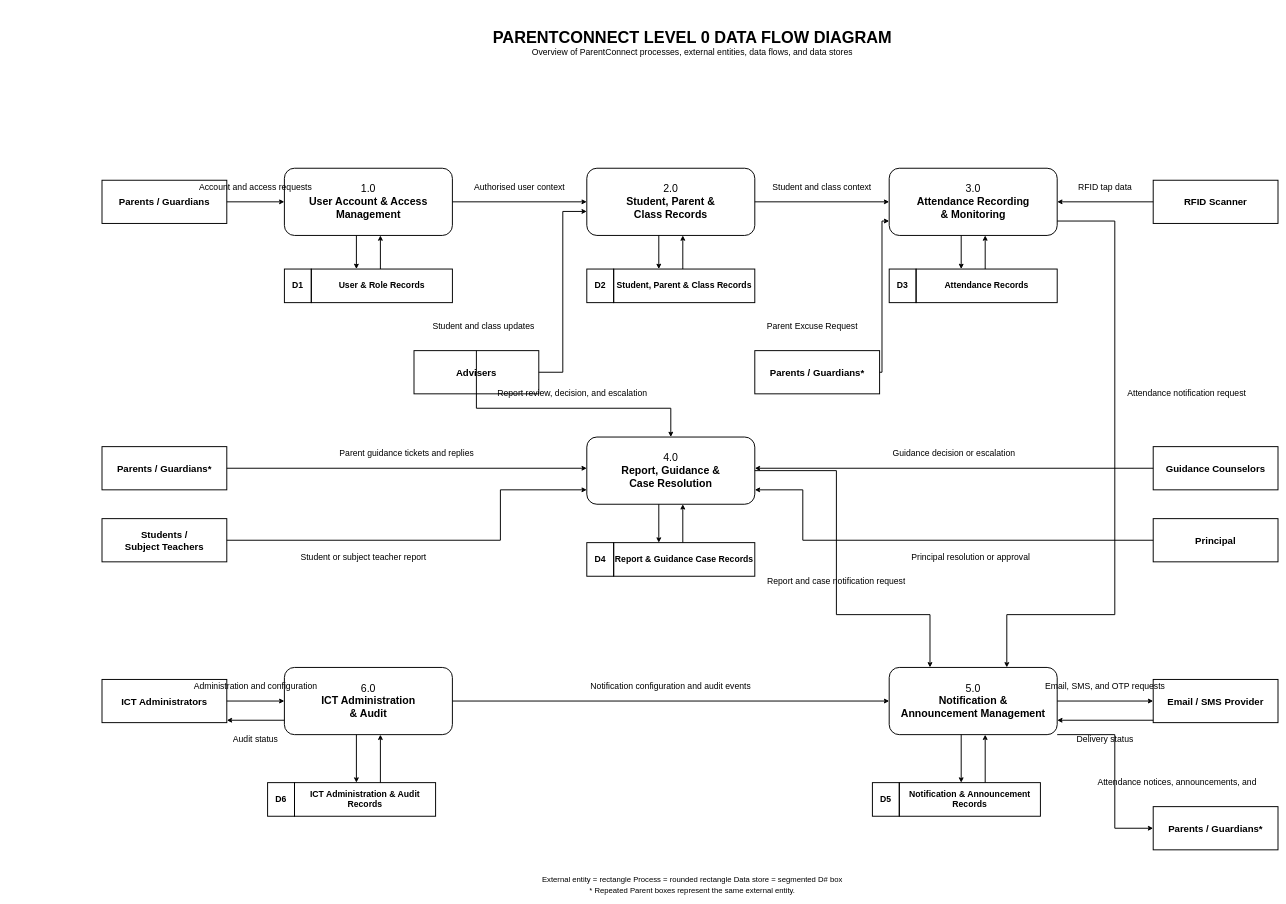
renren01188/parentconnect keeps this draw.io diagram as DFD/ParentConnect-DFD-2026-10-28/Level-0-Diagram/02-parentconnect-level-0-data-flow-diagram.drawio. Above is the earlier version. Source tidied: cells renumbered, new cells numbered last; positions are measured from the earlier drawing's top-left corner, leaving out a move shared by most shapes. Both pictures are drawn from the tidied source at 48%, with x=0, y=0 at pixel (8, 8).
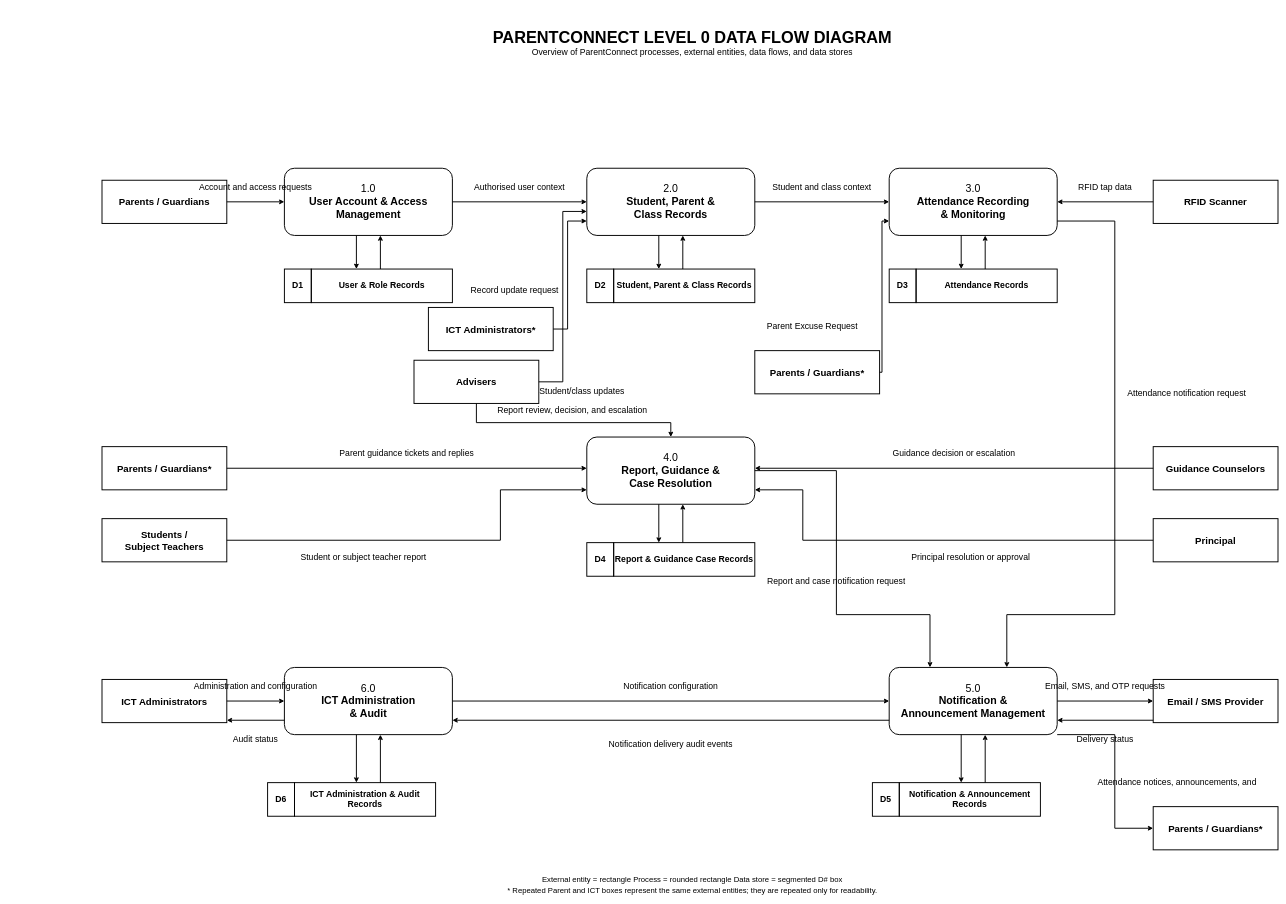
The same page after the edit.

The edit, as a diff of the source:
```diff
@@
     <mxCell id="7" style="edgeStyle=none;rounded=0;html=1;endArrow=classic;endFill=1;strokeColor=#000000;strokeWidth=2;" parent="1" edge="1">
       <mxGeometry relative="1" as="geometry">
-        <mxPoint x="1105" y="758" as="sourcePoint" />
+        <mxPoint x="1105" y="778" as="sourcePoint" />
         <mxPoint x="1205" y="423" as="targetPoint" />
         <Array as="points">
-          <mxPoint x="1155" y="758" />
+          <mxPoint x="1155" y="778" />
           <mxPoint x="1155" y="423" />
         </Array>
       </mxGeometry>
     </mxCell>
+    <mxCell id="97" style="edgeStyle=none;rounded=0;html=1;endArrow=classic;endFill=1;strokeColor=#000000;strokeWidth=2;" parent="1" edge="1">
+      <mxGeometry relative="1" as="geometry">
+        <mxPoint x="1135" y="668" as="sourcePoint" />
+        <mxPoint x="1205" y="443" as="targetPoint" />
+        <Array as="points">
+          <mxPoint x="1165" y="668" />
+          <mxPoint x="1165" y="443" />
+        </Array>
+      </mxGeometry>
+    </mxCell>
@@
     <mxCell id="11" style="edgeStyle=none;rounded=0;html=1;endArrow=classic;endFill=1;strokeColor=#000000;strokeWidth=2;" parent="1" edge="1">
       <mxGeometry relative="1" as="geometry">
-        <mxPoint x="975" y="713" as="sourcePoint" />
+        <mxPoint x="975" y="823" as="sourcePoint" />
         <mxPoint x="1380" y="893" as="targetPoint" />
         <Array as="points">
-          <mxPoint x="975" y="833" />
-          <mxPoint x="1380" y="833" />
+          <mxPoint x="975" y="863" />
+          <mxPoint x="1380" y="863" />
         </Array>
       </mxGeometry>
     </mxCell>
@@
+    <mxCell id="98" style="edgeStyle=none;rounded=0;html=1;endArrow=classic;endFill=1;strokeColor=#000000;strokeWidth=2;" parent="1" edge="1">
+      <mxGeometry relative="1" as="geometry">
+        <mxPoint x="1835" y="1483" as="sourcePoint" />
+        <mxPoint x="925" y="1483" as="targetPoint" />
+      </mxGeometry>
+    </mxCell>
@@
     <mxCell id="36" value="Advisers" style="whiteSpace=wrap;html=1;align=center;verticalAlign=middle;fontSize=20;fontStyle=1;fontColor=#000000;fillColor=none;fillOpacity=0;strokeColor=#000000;strokeWidth=2;" parent="1" vertex="1">
-      <mxGeometry x="845" y="713" width="260" height="90" as="geometry" />
+      <mxGeometry x="845" y="733" width="260" height="90" as="geometry" />
     </mxCell>
@@
+    <mxCell id="99" value="ICT Administrators*" style="whiteSpace=wrap;html=1;align=center;verticalAlign=middle;fontSize=20;fontStyle=1;fontColor=#000000;fillColor=none;fillOpacity=0;strokeColor=#000000;strokeWidth=2;" parent="1" vertex="1">
+      <mxGeometry x="875" y="623" width="260" height="90" as="geometry" />
+    </mxCell>
@@
-    <mxCell id="67" value="Student and class updates" style="shape=none;html=1;align=center;verticalAlign=middle;fontSize=18;fontColor=#000000;fillColor=none;fillOpacity=0;strokeColor=none;strokeOpacity=0;whiteSpace=wrap;overflow=hidden;" parent="1" vertex="1">
-      <mxGeometry x="865" y="650" width="250" height="26" as="geometry" />
+    <mxCell id="67" value="Student/class updates" style="shape=none;html=1;align=center;verticalAlign=middle;fontSize=18;fontColor=#000000;fillColor=none;fillOpacity=0;strokeColor=none;strokeOpacity=0;whiteSpace=wrap;overflow=hidden;" parent="1" vertex="1">
+      <mxGeometry x="1085" y="785" width="220" height="26" as="geometry" />
     </mxCell>
+    <mxCell id="100" value="Record update request" style="shape=none;html=1;align=center;verticalAlign=middle;fontSize=18;fontColor=#000000;fillColor=none;fillOpacity=0;strokeColor=none;strokeOpacity=0;whiteSpace=wrap;overflow=hidden;" parent="1" vertex="1">
+      <mxGeometry x="945" y="575" width="220" height="26" as="geometry" />
+    </mxCell>
@@
     <mxCell id="71" value="Report review, decision, and escalation" style="shape=none;html=1;align=center;verticalAlign=middle;fontSize=18;fontColor=#000000;fillColor=none;fillOpacity=0;strokeColor=none;strokeOpacity=0;whiteSpace=wrap;overflow=hidden;" parent="1" vertex="1">
-      <mxGeometry x="1015" y="790" width="320" height="26" as="geometry" />
+      <mxGeometry x="1015" y="825" width="320" height="26" as="geometry" />
     </mxCell>
@@
-    <mxCell id="79" value="Notification configuration and audit events" style="shape=none;html=1;align=center;verticalAlign=middle;fontSize=18;fontColor=#000000;fillColor=none;fillOpacity=0;strokeColor=none;strokeOpacity=0;whiteSpace=wrap;overflow=hidden;" parent="1" vertex="1">
-      <mxGeometry x="1210" y="1400" width="340" height="26" as="geometry" />
+    <mxCell id="79" value="Notification configuration" style="shape=none;html=1;align=center;verticalAlign=middle;fontSize=18;fontColor=#000000;fillColor=none;fillOpacity=0;strokeColor=none;strokeOpacity=0;whiteSpace=wrap;overflow=hidden;" parent="1" vertex="1">
+      <mxGeometry x="1240" y="1400" width="280" height="26" as="geometry" />
     </mxCell>
+    <mxCell id="101" value="Notification delivery audit events" style="shape=none;html=1;align=center;verticalAlign=middle;fontSize=18;fontColor=#000000;fillColor=none;fillOpacity=0;strokeColor=none;strokeOpacity=0;whiteSpace=wrap;overflow=hidden;" parent="1" vertex="1">
+      <mxGeometry x="1220" y="1520" width="320" height="26" as="geometry" />
+    </mxCell>
@@
-    <mxCell id="96" value="* Repeated Parent boxes represent the same external entity." style="shape=none;html=1;align=center;verticalAlign=middle;fontSize=16;fontColor=#000000;fillColor=none;fillOpacity=0;strokeColor=none;strokeOpacity=0;whiteSpace=wrap;overflow=hidden;" parent="1" vertex="1">
+    <mxCell id="96" value="* Repeated Parent and ICT boxes represent the same external entities; they are repeated only for readability." style="shape=none;html=1;align=center;verticalAlign=middle;fontSize=16;fontColor=#000000;fillColor=none;fillOpacity=0;strokeColor=none;strokeOpacity=0;whiteSpace=wrap;overflow=hidden;" parent="1" vertex="1">
       <mxGeometry x="725" y="1826" width="1400" height="24" as="geometry" />
     </mxCell>
```
